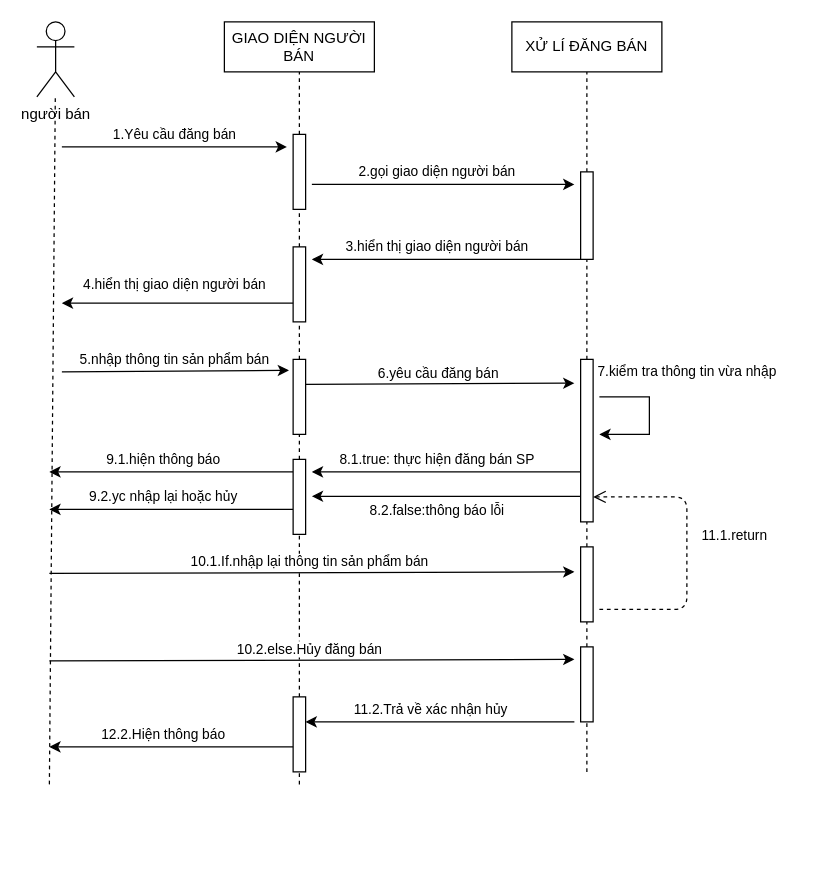
trucka312/diagram keeps this draw.io diagram as page "bán\" (4 of 8) of sequnece.drawio. Above is the earlier version. Source tidied: cells renumbered, new cells numbered last; positions are measured from the earlier drawing's top-left corner, leaving out a move shared by most shapes. Both pictures are drawn from the tidied source at 125%, with x=0, y=0 at pixel (36, 21).
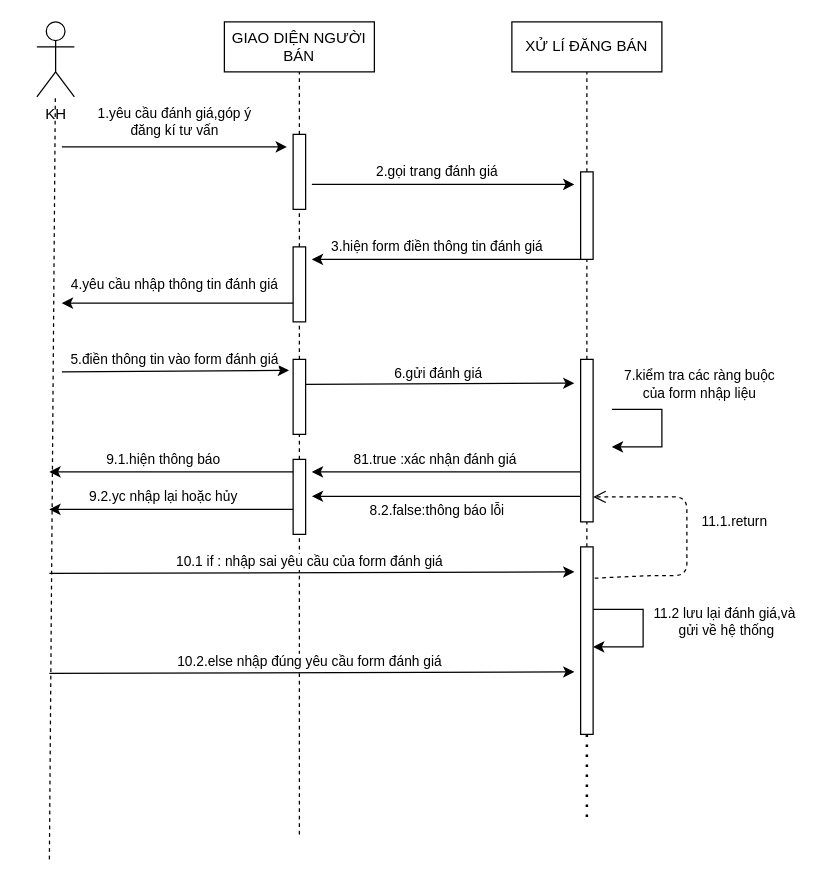
The same page after the edit.

Unchanged cells that the change refers to:
```xml
<mxCell id="15" style="rounded=0;whiteSpace=wrap;html=1;" parent="1" vertex="1">
  <mxGeometry x="205" y="180" width="10" height="60" as="geometry" />
</mxCell>
<mxCell id="19" style="rounded=0;whiteSpace=wrap;html=1;" parent="1" vertex="1">
  <mxGeometry x="205" y="270" width="10" height="60" as="geometry" />
</mxCell>
<mxCell id="28" style="rounded=0;whiteSpace=wrap;html=1;" parent="1" vertex="1">
  <mxGeometry x="205" y="350" width="10" height="60" as="geometry" />
</mxCell>
```

The edit, as a diff of the source:
```diff
@@
-    <mxCell id="2" value="người bán" style="shape=umlActor;verticalLabelPosition=bottom;verticalAlign=top;html=1;outlineConnect=0;" parent="1" vertex="1">
+    <mxCell id="2" value="KH" style="shape=umlActor;verticalLabelPosition=bottom;verticalAlign=top;html=1;outlineConnect=0;" parent="1" vertex="1">
       <mxGeometry width="30" height="60" as="geometry" />
     </mxCell>
@@
     <mxCell id="7" style="endArrow=none;dashed=1;html=1;rounded=0;" parent="1" edge="1" target="2">
       <mxGeometry relative="1" as="geometry">
-        <mxPoint x="10" y="610" as="sourcePoint" />
+        <mxPoint x="10" y="670" as="sourcePoint" />
       </mxGeometry>
     </mxCell>
-    <mxCell id="8" value="1.Yêu cầu đăng bán" style="endArrow=classic;html=1;rounded=0;" parent="1" edge="1">
-      <mxGeometry y="10" relative="1" as="geometry">
+    <mxCell id="8" value="1.yêu cầu đánh giá,góp ý&lt;br&gt;đăng kí tư vấn" style="endArrow=classic;html=1;rounded=0;" parent="1" edge="1">
+      <mxGeometry y="20" relative="1" as="geometry">
         <mxPoint x="20" y="100" as="sourcePoint" />
         <mxPoint x="200" y="100" as="targetPoint" />
       </mxGeometry>
     </mxCell>
@@
-    <mxCell id="11" value="2.gọi giao diện người bán" style="endArrow=classic;html=1;rounded=0;" parent="1" edge="1">
+    <mxCell id="11" value="2.gọi trang đánh giá" style="endArrow=classic;html=1;rounded=0;" parent="1" edge="1">
       <mxGeometry x="-0.05" y="10" relative="1" as="geometry">
         <mxPoint x="220" y="130" as="sourcePoint" />
         <mxPoint x="430" y="130" as="targetPoint" />
       </mxGeometry>
     </mxCell>
@@
-    <mxCell id="14" value="3.hiển thị giao diện người bán" style="endArrow=classic;html=1;rounded=0;" parent="1" edge="1">
+    <mxCell id="14" value="3.hiện form điền thông tin đánh giá" style="endArrow=classic;html=1;rounded=0;" parent="1" edge="1">
       <mxGeometry x="0.07" y="-10" relative="1" as="geometry">
         <mxPoint x="435" y="190" as="sourcePoint" />
         <mxPoint x="220" y="190" as="targetPoint" />
       </mxGeometry>
     </mxCell>
@@
-    <mxCell id="17" value="4.hiển thị giao diện người bán" style="endArrow=classic;html=1;rounded=0;exitX=0;exitY=0.75;exitDx=0;exitDy=0;" parent="1" edge="1" source="15">
+    <mxCell id="17" value="4.yêu cầu nhập thông tin đánh giá" style="endArrow=classic;html=1;rounded=0;exitX=0;exitY=0.75;exitDx=0;exitDy=0;" parent="1" edge="1" source="15">
       <mxGeometry x="0.03" y="-15" relative="1" as="geometry">
         <mxPoint x="20" y="225" as="targetPoint" />
       </mxGeometry>
     </mxCell>
-    <mxCell id="18" value="5.nhập thông tin sản phẩm bán" style="endArrow=classic;html=1;rounded=0;entryX=-0.333;entryY=0.146;entryDx=0;entryDy=0;entryPerimeter=0;" parent="1" edge="1" target="19">
+    <mxCell id="18" value="5.điền thông tin vào form đánh giá" style="endArrow=classic;html=1;rounded=0;entryX=-0.333;entryY=0.146;entryDx=0;entryDy=0;entryPerimeter=0;" parent="1" edge="1" target="19">
       <mxGeometry x="-0.01" y="9" relative="1" as="geometry">
         <mxPoint x="20" y="280" as="sourcePoint" />
       </mxGeometry>
     </mxCell>
@@
-    <mxCell id="21" value="6.yêu cầu đăng bán" style="endArrow=classic;html=1;rounded=0;" parent="1" edge="1">
+    <mxCell id="21" value="6.gửi đánh giá" style="endArrow=classic;html=1;rounded=0;" parent="1" edge="1">
       <mxGeometry x="-0.01" y="9" relative="1" as="geometry">
         <mxPoint x="215" y="290" as="sourcePoint" />
         <mxPoint x="430" y="289" as="targetPoint" />
       </mxGeometry>
     </mxCell>
@@
-    <mxCell id="24" value="7.kiểm tra thông tin vừa nhập" style="endArrow=classic;html=1;rounded=0;" parent="1" edge="1">
-      <mxGeometry x="-0.27" y="36" relative="1" as="geometry">
-        <mxPoint x="450" y="300" as="sourcePoint" />
-        <mxPoint x="450" y="330" as="targetPoint" />
+    <mxCell id="24" value="11.2 lưu lại đánh giá,và&lt;br&gt;&amp;nbsp;gửi về hệ thống" style="endArrow=classic;html=1;rounded=0;" parent="1" edge="1">
+      <mxGeometry x="-0.09" y="65" relative="1" as="geometry">
+        <mxPoint x="445" y="470" as="sourcePoint" />
+        <mxPoint x="445" y="500" as="targetPoint" />
         <Array as="points">
-          <mxPoint x="490" y="300" />
-          <mxPoint x="490" y="330" />
+          <mxPoint x="485" y="470" />
+          <mxPoint x="485" y="500" />
         </Array>
-        <mxPoint x="-6" y="-20" as="offset" />
       </mxGeometry>
     </mxCell>
@@
-    <mxCell id="27" value="8.1.true: thực hiện đăng bán SP" style="endArrow=classic;html=1;rounded=0;" parent="1" edge="1">
+    <mxCell id="27" value="81.true :xác nhận đánh giá&amp;nbsp;" style="endArrow=classic;html=1;rounded=0;" parent="1" edge="1">
       <mxGeometry x="0.07" y="-10" relative="1" as="geometry">
         <mxPoint x="435" y="360" as="sourcePoint" />
         <mxPoint x="220" y="360" as="targetPoint" />
       </mxGeometry>
     </mxCell>
@@
-    <mxCell id="29" style="endArrow=none;dashed=1;html=1;rounded=0;entryX=0.5;entryY=1;entryDx=0;entryDy=0;startArrow=none;" parent="1" edge="1" source="38" target="28">
-      <mxGeometry relative="1" as="geometry" />
+    <mxCell id="29" style="endArrow=none;dashed=1;html=1;rounded=0;entryX=0.5;entryY=1;entryDx=0;entryDy=0;startArrow=none;" parent="1" edge="1" target="28">
+      <mxGeometry relative="1" as="geometry">
+        <mxPoint x="210" y="650" as="sourcePoint" />
+      </mxGeometry>
     </mxCell>
@@
-    <mxCell id="31" value="10.1.If.nhập lại thông tin sản phẩm bán" style="endArrow=classic;html=1;rounded=0;" parent="1" edge="1">
+    <mxCell id="31" value="10.1 if : nhập sai yêu cầu của form đánh giá" style="endArrow=classic;html=1;rounded=0;" parent="1" edge="1">
       <mxGeometry x="-0.01" y="9" relative="1" as="geometry">
         <mxPoint x="10" y="441.2" as="sourcePoint" />
         <mxPoint x="430" y="440" as="targetPoint" />
       </mxGeometry>
     </mxCell>
     <mxCell id="32" style="rounded=0;whiteSpace=wrap;html=1;" parent="1" vertex="1">
-      <mxGeometry x="435" y="420" width="10" height="60" as="geometry" />
+      <mxGeometry x="435" y="420" width="10" height="150" as="geometry" />
     </mxCell>
-    <mxCell id="33" style="endArrow=none;dashed=1;html=1;rounded=0;entryX=0.5;entryY=1;entryDx=0;entryDy=0;startArrow=none;" parent="1" edge="1" source="36" target="32">
-      <mxGeometry relative="1" as="geometry" />
-    </mxCell>
-    <mxCell id="34" value="11.1.return " style="verticalAlign=bottom;endArrow=open;dashed=1;endSize=8;shadow=0;strokeWidth=1;" parent="1" edge="1">
+    <mxCell id="34" value="11.1.return " style="verticalAlign=bottom;endArrow=open;dashed=1;endSize=8;shadow=0;strokeWidth=1;exitX=1.127;exitY=0.167;exitDx=0;exitDy=0;exitPerimeter=0;" parent="1" edge="1" source="32">
       <mxGeometry x="0.02" y="-40" relative="1" as="geometry">
-        <mxPoint x="450" y="470" as="sourcePoint" />
         <mxPoint x="445" y="380" as="targetPoint" />
         <Array as="points">
-          <mxPoint x="520" y="470" />
+          <mxPoint x="490" y="443" />
+          <mxPoint x="520" y="443" />
           <mxPoint x="520" y="380" />
         </Array>
       </mxGeometry>
     </mxCell>
-    <mxCell id="35" value="10.2.else.Hủy đăng bán" style="endArrow=classic;html=1;rounded=0;" parent="1" edge="1">
+    <mxCell id="35" value="10.2.else nhập đúng yêu cầu form đánh giá" style="endArrow=classic;html=1;rounded=0;" parent="1" edge="1">
       <mxGeometry x="-0.01" y="9" relative="1" as="geometry">
-        <mxPoint x="10" y="511.2" as="sourcePoint" />
-        <mxPoint x="430" y="510" as="targetPoint" />
+        <mxPoint x="10" y="521.2" as="sourcePoint" />
+        <mxPoint x="430" y="520" as="targetPoint" />
       </mxGeometry>
     </mxCell>
-    <mxCell id="36" style="rounded=0;whiteSpace=wrap;html=1;" parent="1" vertex="1">
-      <mxGeometry x="435" y="500" width="10" height="60" as="geometry" />
-    </mxCell>
-    <mxCell id="37" style="endArrow=none;dashed=1;html=1;rounded=0;entryX=0.5;entryY=1;entryDx=0;entryDy=0;startArrow=none;" parent="1" edge="1" target="36">
-      <mxGeometry relative="1" as="geometry">
-        <mxPoint x="440" y="600" as="sourcePoint" />
-      </mxGeometry>
-    </mxCell>
-    <mxCell id="38" style="rounded=0;whiteSpace=wrap;html=1;" parent="1" vertex="1">
-      <mxGeometry x="205" y="540" width="10" height="60" as="geometry" />
-    </mxCell>
-    <mxCell id="39" style="endArrow=none;dashed=1;html=1;rounded=0;entryX=0.5;entryY=1;entryDx=0;entryDy=0;" parent="1" edge="1" target="38">
-      <mxGeometry relative="1" as="geometry">
-        <mxPoint x="210" y="610" as="sourcePoint" />
-      </mxGeometry>
-    </mxCell>
-    <mxCell id="40" value="12.2.Hiện thông báo" style="endArrow=classic;html=1;rounded=0;" parent="1" edge="1">
-      <mxGeometry x="0.07" y="-10" relative="1" as="geometry">
-        <mxPoint x="205" y="580" as="sourcePoint" />
-        <mxPoint x="10" y="580" as="targetPoint" />
-      </mxGeometry>
-    </mxCell>
-    <mxCell id="41" value="11.2.Trả về xác nhận hủy" style="endArrow=classic;html=1;rounded=0;" parent="1" edge="1">
-      <mxGeometry x="0.07" y="-10" relative="1" as="geometry">
-        <mxPoint x="430" y="560" as="sourcePoint" />
-        <mxPoint x="215" y="560" as="targetPoint" />
-      </mxGeometry>
-    </mxCell>
+    <mxCell id="42" value="7.kiểm tra các ràng buộc&lt;br&gt;của form nhập liệu" style="endArrow=classic;html=1;rounded=0;" parent="1" edge="1">
+      <mxGeometry x="-0.27" y="36" relative="1" as="geometry">
+        <mxPoint x="460" y="310" as="sourcePoint" />
+        <mxPoint x="460" y="340" as="targetPoint" />
+        <Array as="points">
+          <mxPoint x="500" y="310" />
+          <mxPoint x="500" y="340" />
+        </Array>
+        <mxPoint x="-6" y="-20" as="offset" />
+      </mxGeometry>
+    </mxCell>
+    <mxCell id="43" style="endArrow=none;dashed=1;html=1;dashPattern=1 3;strokeWidth=2;rounded=0;exitX=0.5;exitY=1;exitDx=0;exitDy=0;" parent="1" edge="1" source="32">
+      <mxGeometry relative="1" as="geometry">
+        <mxPoint x="440" y="640" as="targetPoint" />
+      </mxGeometry>
+    </mxCell>
```
